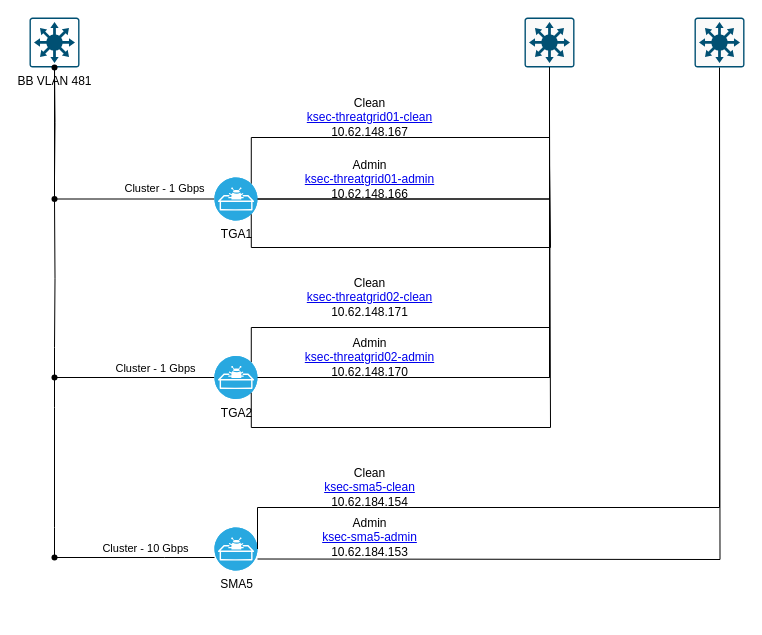
rolszowy/drawio keeps this draw.io diagram as SMA Cluster CXLabs.drawio. Above is the earlier version. Source tidied: cells renumbered, new cells numbered last; positions are measured from the earlier drawing's top-left corner, leaving out a move shared by most shapes. Both pictures are drawn from the tidied source at 100%, with x=0, y=0 at pixel (29, 17).
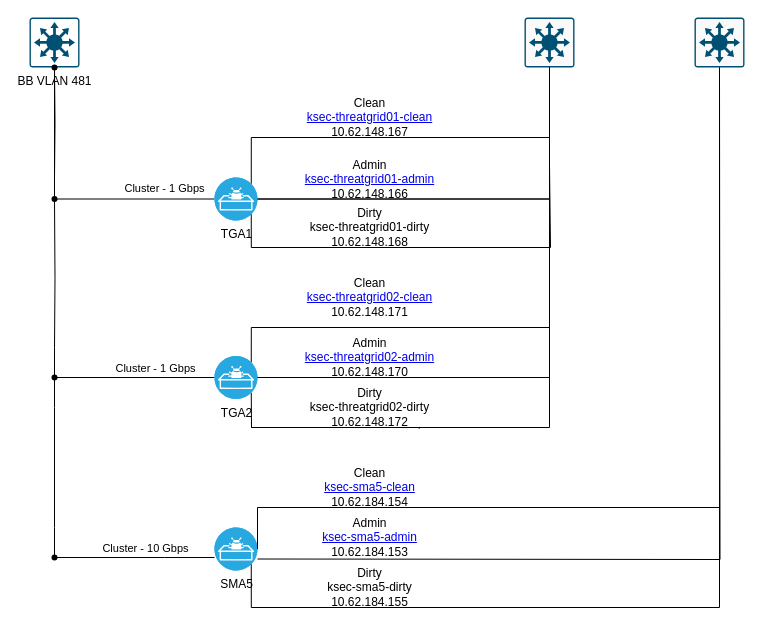
The same diagram, later.

Unchanged cells that the change refers to:
```xml
<mxCell id="7" value="TGA2" style="fillColor=#28A8E0;verticalLabelPosition=bottom;sketch=0;html=1;strokeColor=#ffffff;verticalAlign=top;align=center;points=[[0.145,0.145,0],[0.5,0,0],[0.855,0.145,0],[1,0.5,0],[0.855,0.855,0],[0.5,1,0],[0.145,0.855,0],[0,0.5,0]];shape=mxgraph.cisco_safe.compositeIcon;bgIcon=ellipse;resIcon=mxgraph.cisco_safe.capability.malware_sandbox;" parent="1" vertex="1">
  <mxGeometry x="185" y="338.5" width="43" height="43" as="geometry" />
</mxCell>
<mxCell id="21" value="SMA5" style="fillColor=#28A8E0;verticalLabelPosition=bottom;sketch=0;html=1;strokeColor=#ffffff;verticalAlign=top;align=center;points=[[0.145,0.145,0],[0.5,0,0],[0.855,0.145,0],[1,0.5,0],[0.855,0.855,0],[0.5,1,0],[0.145,0.855,0],[0,0.5,0]];shape=mxgraph.cisco_safe.compositeIcon;bgIcon=ellipse;resIcon=mxgraph.cisco_safe.capability.malware_sandbox;" parent="1" vertex="1">
  <mxGeometry x="185" y="510" width="43" height="43" as="geometry" />
</mxCell>
<mxCell id="35" style="sketch=0;points=[[0.015,0.015,0],[0.985,0.015,0],[0.985,0.985,0],[0.015,0.985,0],[0.25,0,0],[0.5,0,0],[0.75,0,0],[1,0.25,0],[1,0.5,0],[1,0.75,0],[0.75,1,0],[0.5,1,0],[0.25,1,0],[0,0.75,0],[0,0.5,0],[0,0.25,0]];verticalLabelPosition=bottom;html=1;verticalAlign=top;align=center;shape=mxgraph.cisco19.rect;prIcon=l3_switch;fillColor=#FAFAFA;strokeColor=#005073;fontFamily=Helvetica;fontSize=11;fontColor=default;labelBackgroundColor=default;" parent="1" vertex="1">
  <mxGeometry x="665" width="50" height="50" as="geometry" />
</mxCell>
```

Diff of the diagram source:
```diff
@@
+    <mxCell id="41" style="edgeStyle=orthogonalEdgeStyle;rounded=0;jettySize=auto;html=1;exitX=0.855;exitY=0.855;exitDx=0;exitDy=0;exitPerimeter=0;endArrow=none;endFill=0;" parent="1" edge="1" source="7">
+      <mxGeometry relative="1" as="geometry">
+        <mxPoint x="222" y="410" as="targetPoint" />
+      </mxGeometry>
+    </mxCell>
@@
-    <mxCell id="39" style="edgeStyle=orthogonalEdgeStyle;rounded=0;jettySize=auto;html=1;exitX=0.855;exitY=0.855;exitDx=0;exitDy=0;exitPerimeter=0;entryX=0.5;entryY=1;entryDx=0;entryDy=0;entryPerimeter=0;endArrow=none;endFill=0;" parent="1" edge="1" source="7">
+    <mxCell id="39" style="edgeStyle=orthogonalEdgeStyle;rounded=0;jettySize=auto;html=1;exitX=0.855;exitY=0.855;exitDx=0;exitDy=0;exitPerimeter=0;entryX=0.5;entryY=1;entryDx=0;entryDy=0;entryPerimeter=0;endArrow=none;endFill=0;" parent="1" edge="1" source="43">
       <mxGeometry relative="1" as="geometry">
         <mxPoint x="520" y="100" as="targetPoint" />
         <Array as="points">
           <mxPoint x="222" y="410" />
           <mxPoint x="521" y="410" />
         </Array>
       </mxGeometry>
     </mxCell>
@@
+    <mxCell id="42" value="&lt;div&gt;Dirty&lt;/div&gt;&lt;div&gt;ksec-threatgrid01-dirty&lt;/div&gt;&lt;div&gt;10.62.148.168&lt;br&gt;&lt;/div&gt;" style="text;html=1;align=center;verticalAlign=middle;strokeColor=none;fillColor=none;" parent="1" vertex="1">
+      <mxGeometry x="270" y="180" width="140" height="60" as="geometry" />
+    </mxCell>
+    <mxCell id="43" value="&lt;div&gt;Dirty&lt;/div&gt;&lt;div&gt;ksec-threatgrid02-dirty&lt;/div&gt;&lt;div&gt;10.62.148.172&lt;br&gt;&lt;/div&gt;" style="text;html=1;align=center;verticalAlign=middle;points=[];strokeColor=none;fillColor=none;" parent="1" vertex="1">
+      <mxGeometry x="270" y="360" width="140" height="60" as="geometry" />
+    </mxCell>
+    <mxCell id="44" style="edgeStyle=orthogonalEdgeStyle;rounded=0;jettySize=auto;html=1;exitX=0.855;exitY=0.855;exitDx=0;exitDy=0;exitPerimeter=0;entryX=0.5;entryY=1;entryDx=0;entryDy=0;entryPerimeter=0;endArrow=none;endFill=0;" parent="1" edge="1" source="21" target="35">
+      <mxGeometry relative="1" as="geometry">
+        <Array as="points">
+          <mxPoint x="222" y="590" />
+          <mxPoint x="690" y="590" />
+        </Array>
+      </mxGeometry>
+    </mxCell>
+    <mxCell id="45" value="&lt;div&gt;Dirty&lt;/div&gt;&lt;div&gt;ksec-sma5-dirty&lt;/div&gt;&lt;div&gt;10.62.184.155&lt;br&gt;&lt;/div&gt;" style="text;html=1;align=center;verticalAlign=middle;strokeColor=none;fillColor=none;" parent="1" vertex="1">
+      <mxGeometry x="285" y="540" width="110" height="60" as="geometry" />
+    </mxCell>
```
